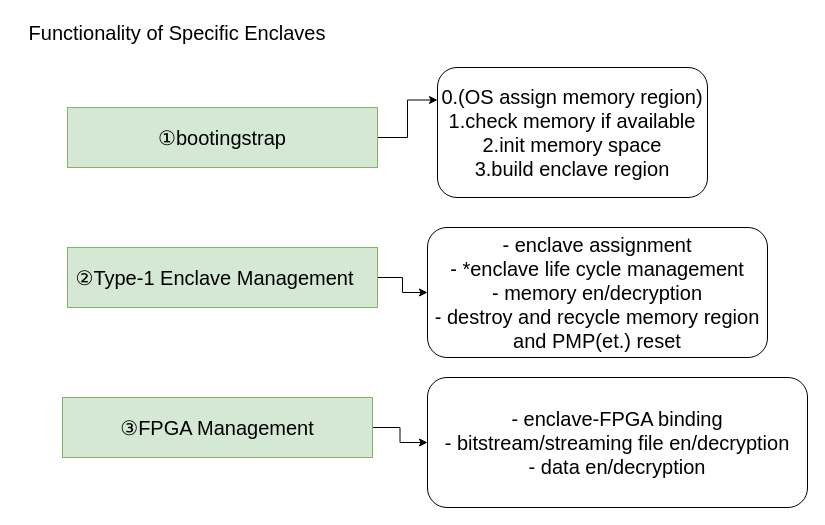
Before: page "RT" (3 of 9) of saber.drawio in Zou1c/tmp, a draw.io diagram. Source tidied: cells renumbered, new cells numbered last; positions are measured from the earlier drawing's top-left corner, leaving out a move shared by most shapes. Both pictures are drawn from the tidied source at 100%, with x=0, y=0 at pixel (17, 17).
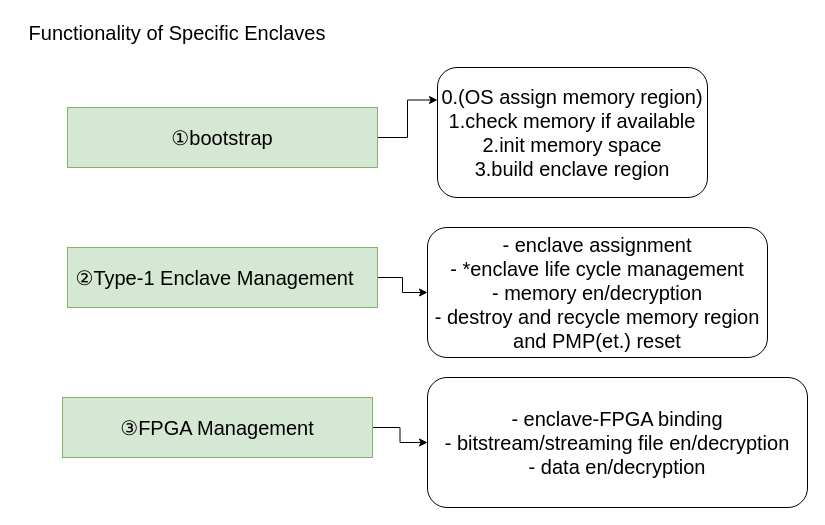
The same page after the edit.

The edit, as a diff of the source:
```diff
@@
 <mxGraphModel>
   <root>
     <mxCell id="0" />
     <mxCell id="1" parent="0" />
     <mxCell id="2" style="edgeStyle=orthogonalEdgeStyle;rounded=0;jettySize=auto;html=1;exitX=1;exitY=0.5;exitDx=0;exitDy=0;entryX=0;entryY=0.25;entryDx=0;entryDy=0;" parent="1" edge="1" source="3" target="12">
       <mxGeometry relative="1" as="geometry" />
     </mxCell>
     <mxCell id="3" style="rounded=0;whiteSpace=wrap;html=1;fillColor=#d5e8d4;strokeColor=#82b366;" parent="1" vertex="1">
       <mxGeometry x="50" y="90" width="310" height="60" as="geometry" />
     </mxCell>
-    <mxCell id="4" value="①bootingstrap" style="text;html=1;align=center;verticalAlign=middle;whiteSpace=wrap;rounded=0;fontSize=20;fontStyle=0;" parent="1" vertex="1">
+    <mxCell id="4" value="①bootstrap" style="text;html=1;align=center;verticalAlign=middle;whiteSpace=wrap;rounded=0;fontSize=20;fontStyle=0;" parent="1" vertex="1">
       <mxGeometry x="65" y="105" width="280" height="30" as="geometry" />
     </mxCell>
     <mxCell id="5" value="Functionality of Specific Enclaves" style="text;html=1;align=center;verticalAlign=middle;whiteSpace=wrap;rounded=0;fontSize=20;" parent="1" vertex="1">
       <mxGeometry width="320" height="30" as="geometry" />
     </mxCell>
     <mxCell id="6" style="edgeStyle=orthogonalEdgeStyle;rounded=0;jettySize=auto;html=1;exitX=1;exitY=0.5;exitDx=0;exitDy=0;entryX=0;entryY=0.5;entryDx=0;entryDy=0;" parent="1" edge="1" source="7" target="13">
       <mxGeometry relative="1" as="geometry" />
     </mxCell>
     <mxCell id="7" style="rounded=0;whiteSpace=wrap;html=1;fillColor=#d5e8d4;strokeColor=#82b366;" parent="1" vertex="1">
       <mxGeometry x="50" y="230" width="310" height="60" as="geometry" />
     </mxCell>
     <mxCell id="8" value="②Type-1 Enclave Management" style="text;html=1;align=center;verticalAlign=middle;whiteSpace=wrap;rounded=0;fontSize=20;" parent="1" vertex="1">
       <mxGeometry x="40" y="245" width="315" height="30" as="geometry" />
     </mxCell>
     <mxCell id="9" style="edgeStyle=orthogonalEdgeStyle;rounded=0;jettySize=auto;html=1;exitX=1;exitY=0.5;exitDx=0;exitDy=0;" parent="1" edge="1" source="10" target="14">
       <mxGeometry relative="1" as="geometry" />
     </mxCell>
     <mxCell id="10" style="rounded=0;whiteSpace=wrap;html=1;fillColor=#d5e8d4;strokeColor=#82b366;" parent="1" vertex="1">
       <mxGeometry x="45" y="380" width="310" height="60" as="geometry" />
     </mxCell>
     <mxCell id="11" value="③FPGA Management" style="text;html=1;align=center;verticalAlign=middle;whiteSpace=wrap;rounded=0;fontSize=20;" parent="1" vertex="1">
       <mxGeometry x="60" y="395" width="280" height="30" as="geometry" />
     </mxCell>
     <mxCell id="12" value="0.(OS assign memory region)&lt;div&gt;1.check memory if available&lt;/div&gt;&lt;div&gt;2.init memory space&lt;/div&gt;&lt;div&gt;3.build enclave region&lt;/div&gt;" style="rounded=1;whiteSpace=wrap;html=1;fontSize=20;" parent="1" vertex="1">
       <mxGeometry x="420" y="50" width="270" height="130" as="geometry" />
     </mxCell>
     <mxCell id="13" value="&lt;div&gt;- enclave assignment&lt;/div&gt;&lt;div&gt;- *enclave life cycle management&lt;/div&gt;&lt;div&gt;- memory en/decryption&lt;/div&gt;&lt;div&gt;- destroy and recycle memory region and PMP(et.) reset&lt;/div&gt;" style="rounded=1;whiteSpace=wrap;html=1;fontSize=20;" parent="1" vertex="1">
       <mxGeometry x="410" y="210" width="340" height="130" as="geometry" />
     </mxCell>
     <mxCell id="14" value="- enclave-FPGA binding&lt;div&gt;- bitstream/streaming file en/decryption&lt;/div&gt;&lt;div&gt;- data&amp;nbsp;&lt;span style=&quot;background-color: transparent; color: light-dark(rgb(0, 0, 0), rgb(255, 255, 255));&quot;&gt;en/decryption&lt;/span&gt;&lt;/div&gt;" style="rounded=1;whiteSpace=wrap;html=1;fontSize=20;" parent="1" vertex="1">
       <mxGeometry x="410" y="360" width="380" height="130" as="geometry" />
     </mxCell>
   </root>
 </mxGraphModel>
```
